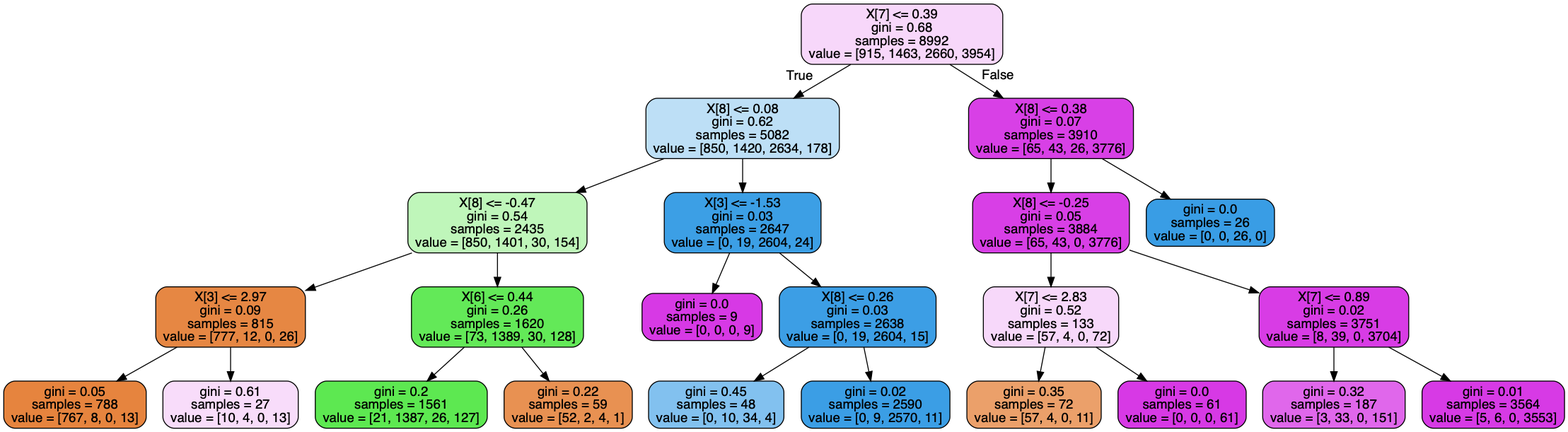
Before: tree.png, a diagram exported from Graphviz (ericaltenburg/TXStateREU). Its source is kept beside it as tree.dot.
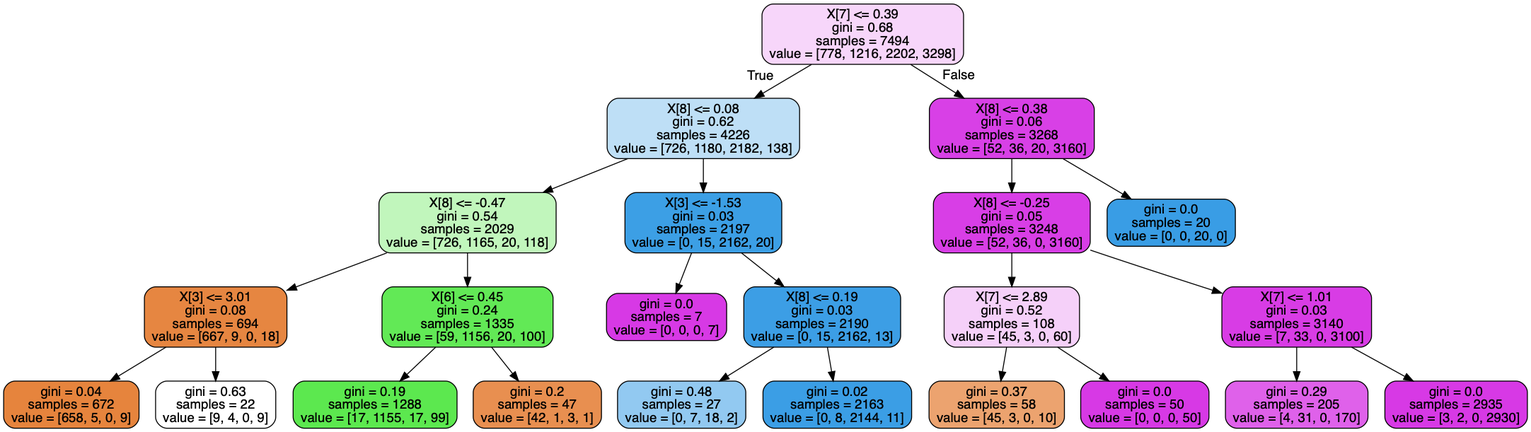
After the commit.

The edit, as a diff of the source:
```diff
@@ -1,49 +1,49 @@
 digraph Tree {
 node [shape=box, style="filled, rounded", color="black", fontname=helvetica] ;
 edge [fontname=helvetica] ;
-0 [label="X[7] <= 0.39\ngini = 0.68\nsamples = 8992\nvalue = [915, 1463, 2660, 3954]", fillcolor="#f7d7fa"] ;
-1 [label="X[8] <= 0.08\ngini = 0.62\nsamples = 5082\nvalue = [850, 1420, 2634, 178]", fillcolor="#bddff6"] ;
+0 [label="X[7] <= 0.39\ngini = 0.68\nsamples = 7494\nvalue = [778, 1216, 2202, 3298]", fillcolor="#f7d6fa"] ;
+1 [label="X[8] <= 0.08\ngini = 0.62\nsamples = 4226\nvalue = [726, 1180, 2182, 138]", fillcolor="#bedff6"] ;
 0 -> 1 [labeldistance=2.5, labelangle=45, headlabel="True"] ;
-2 [label="X[8] <= -0.47\ngini = 0.54\nsamples = 2435\nvalue = [850, 1401, 30, 154]", fillcolor="#bff6ba"] ;
+2 [label="X[8] <= -0.47\ngini = 0.54\nsamples = 2029\nvalue = [726, 1165, 20, 118]", fillcolor="#c1f6bc"] ;
 1 -> 2 ;
-3 [label="X[3] <= 2.97\ngini = 0.09\nsamples = 815\nvalue = [777, 12, 0, 26]", fillcolor="#e68743"] ;
+3 [label="X[3] <= 3.01\ngini = 0.08\nsamples = 694\nvalue = [667, 9, 0, 18]", fillcolor="#e68641"] ;
 2 -> 3 ;
-4 [label="gini = 0.05\nsamples = 788\nvalue = [767, 8, 0, 13]", fillcolor="#e6843e"] ;
+4 [label="gini = 0.04\nsamples = 672\nvalue = [658, 5, 0, 9]", fillcolor="#e6843d"] ;
 3 -> 4 ;
-5 [label="gini = 0.61\nsamples = 27\nvalue = [10, 4, 0, 13]", fillcolor="#f8dcfa"] ;
+5 [label="gini = 0.63\nsamples = 22\nvalue = [9, 4, 0, 9]", fillcolor="#ffffff"] ;
 3 -> 5 ;
-6 [label="X[6] <= 0.44\ngini = 0.26\nsamples = 1620\nvalue = [73, 1389, 30, 128]", fillcolor="#63e958"] ;
+6 [label="X[6] <= 0.45\ngini = 0.24\nsamples = 1335\nvalue = [59, 1156, 20, 100]", fillcolor="#62e956"] ;
 2 -> 6 ;
-7 [label="gini = 0.2\nsamples = 1561\nvalue = [21, 1387, 26, 127]", fillcolor="#5de851"] ;
+7 [label="gini = 0.19\nsamples = 1288\nvalue = [17, 1155, 17, 99]", fillcolor="#5ce84f"] ;
 6 -> 7 ;
-8 [label="gini = 0.22\nsamples = 59\nvalue = [52, 2, 4, 1]", fillcolor="#e89152"] ;
+8 [label="gini = 0.2\nsamples = 47\nvalue = [42, 1, 3, 1]", fillcolor="#e88f50"] ;
 6 -> 8 ;
-9 [label="X[3] <= -1.53\ngini = 0.03\nsamples = 2647\nvalue = [0, 19, 2604, 24]", fillcolor="#3c9fe5"] ;
+9 [label="X[3] <= -1.53\ngini = 0.03\nsamples = 2197\nvalue = [0, 15, 2162, 20]", fillcolor="#3c9fe5"] ;
 1 -> 9 ;
-10 [label="gini = 0.0\nsamples = 9\nvalue = [0, 0, 0, 9]", fillcolor="#d739e5"] ;
+10 [label="gini = 0.0\nsamples = 7\nvalue = [0, 0, 0, 7]", fillcolor="#d739e5"] ;
 9 -> 10 ;
-11 [label="X[8] <= 0.26\ngini = 0.03\nsamples = 2638\nvalue = [0, 19, 2604, 15]", fillcolor="#3c9ee5"] ;
+11 [label="X[8] <= 0.19\ngini = 0.03\nsamples = 2190\nvalue = [0, 15, 2162, 13]", fillcolor="#3c9ee5"] ;
 9 -> 11 ;
-12 [label="gini = 0.45\nsamples = 48\nvalue = [0, 10, 34, 4]", fillcolor="#82c1ef"] ;
+12 [label="gini = 0.48\nsamples = 27\nvalue = [0, 7, 18, 2]", fillcolor="#92c9f1"] ;
 11 -> 12 ;
-13 [label="gini = 0.02\nsamples = 2590\nvalue = [0, 9, 2570, 11]", fillcolor="#3b9ee5"] ;
+13 [label="gini = 0.02\nsamples = 2163\nvalue = [0, 8, 2144, 11]", fillcolor="#3b9ee5"] ;
 11 -> 13 ;
-14 [label="X[8] <= 0.38\ngini = 0.07\nsamples = 3910\nvalue = [65, 43, 26, 3776]", fillcolor="#d840e6"] ;
+14 [label="X[8] <= 0.38\ngini = 0.06\nsamples = 3268\nvalue = [52, 36, 20, 3160]", fillcolor="#d840e6"] ;
 0 -> 14 [labeldistance=2.5, labelangle=-45, headlabel="False"] ;
-15 [label="X[8] <= -0.25\ngini = 0.05\nsamples = 3884\nvalue = [65, 43, 0, 3776]", fillcolor="#d83fe6"] ;
+15 [label="X[8] <= -0.25\ngini = 0.05\nsamples = 3248\nvalue = [52, 36, 0, 3160]", fillcolor="#d83ee6"] ;
 14 -> 15 ;
-16 [label="X[7] <= 2.83\ngini = 0.52\nsamples = 133\nvalue = [57, 4, 0, 72]", fillcolor="#f7d8fa"] ;
+16 [label="X[7] <= 2.89\ngini = 0.52\nsamples = 108\nvalue = [45, 3, 0, 60]", fillcolor="#f5d0f9"] ;
 15 -> 16 ;
-17 [label="gini = 0.35\nsamples = 72\nvalue = [57, 4, 0, 11]", fillcolor="#eba06a"] ;
+17 [label="gini = 0.37\nsamples = 58\nvalue = [45, 3, 0, 10]", fillcolor="#eca36f"] ;
 16 -> 17 ;
-18 [label="gini = 0.0\nsamples = 61\nvalue = [0, 0, 0, 61]", fillcolor="#d739e5"] ;
+18 [label="gini = 0.0\nsamples = 50\nvalue = [0, 0, 0, 50]", fillcolor="#d739e5"] ;
 16 -> 18 ;
-19 [label="X[7] <= 0.89\ngini = 0.02\nsamples = 3751\nvalue = [8, 39, 0, 3704]", fillcolor="#d83ce5"] ;
+19 [label="X[7] <= 1.01\ngini = 0.03\nsamples = 3140\nvalue = [7, 33, 0, 3100]", fillcolor="#d83ce5"] ;
 15 -> 19 ;
-20 [label="gini = 0.32\nsamples = 187\nvalue = [3, 33, 0, 151]", fillcolor="#e067eb"] ;
+20 [label="gini = 0.29\nsamples = 205\nvalue = [4, 31, 0, 170]", fillcolor="#df61ea"] ;
 19 -> 20 ;
-21 [label="gini = 0.01\nsamples = 3564\nvalue = [5, 6, 0, 3553]", fillcolor="#d73ae5"] ;
+21 [label="gini = 0.0\nsamples = 2935\nvalue = [3, 2, 0, 2930]", fillcolor="#d739e5"] ;
 19 -> 21 ;
-22 [label="gini = 0.0\nsamples = 26\nvalue = [0, 0, 26, 0]", fillcolor="#399de5"] ;
+22 [label="gini = 0.0\nsamples = 20\nvalue = [0, 0, 20, 0]", fillcolor="#399de5"] ;
 14 -> 22 ;
 }
```
